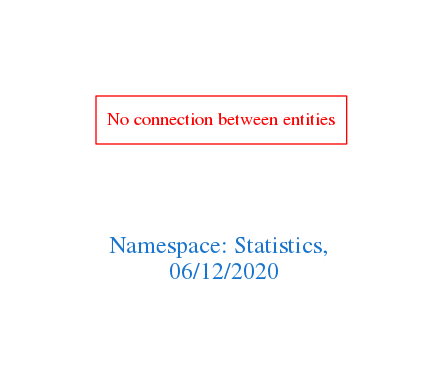
arago/OGIT keeps this Graphviz diagram as downloads/Statistics.png. Above is the earlier version. Its source is kept beside it as downloads/Statistics.dot.
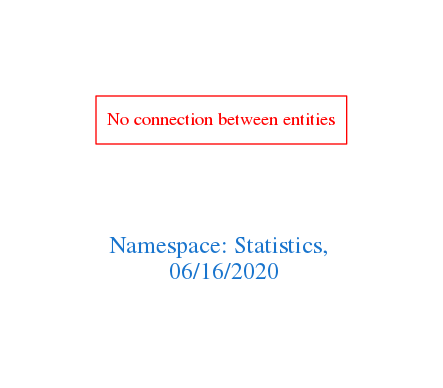
After the commit.

Diff of the diagram source:
```diff
@@ -1,7 +1,7 @@
 digraph OGIT_ontology {
  graph [ rankdir= LR,pad=1
 fontsize = 18,
-fontcolor= dodgerblue3,label = "\n\n\nNamespace: Statistics, \n 06/12/2020"];
+fontcolor= dodgerblue3,label = "\n\n\nNamespace: Statistics, \n 06/16/2020"];
 node[shape=polygon];
 edge [  color="gray81"];
 
```
